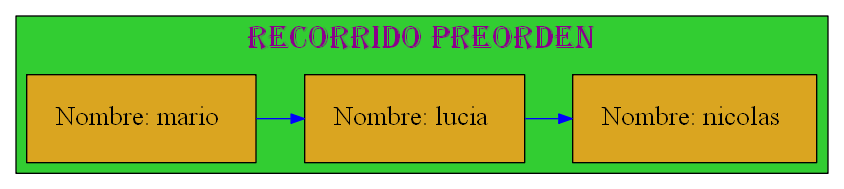
Above: Graficas/Recorrido_Preorden.dot.png in mariotun/EDD_1S2020_PY1_201602942 (Graphviz), before the change. Its source is kept beside it as Graficas/Recorrido_Preorden.dot.
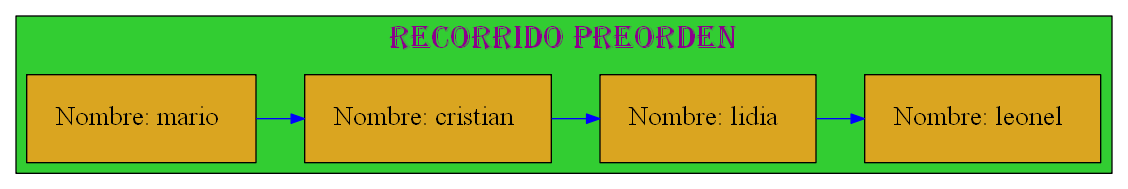
The same file after the commit.

The edit, as a diff of the source:
```diff
@@ -13,11 +13,12 @@
 node[margin=0.3 shape=box style=filled fontcolor=black fillcolor=goldenrod fontsize=20];
 {rank=same;
 
-25770476720[label="Nombre: mario " ];
-25770489296[label="Nombre: lucia " ];
-25770490768[label="Nombre: nicolas " ];
+25770483984[label="Nombre: mario " ];
+25770484544[label="Nombre: cristian " ];
+25770483200[label="Nombre: lidia " ];
+25770489424[label="Nombre: leonel " ];
 };
-25770476720 -> 25770489296 -> 25770490768
+25770483984 -> 25770484544 -> 25770483200 -> 25770489424
 
 [color=blue ];
 }
```
